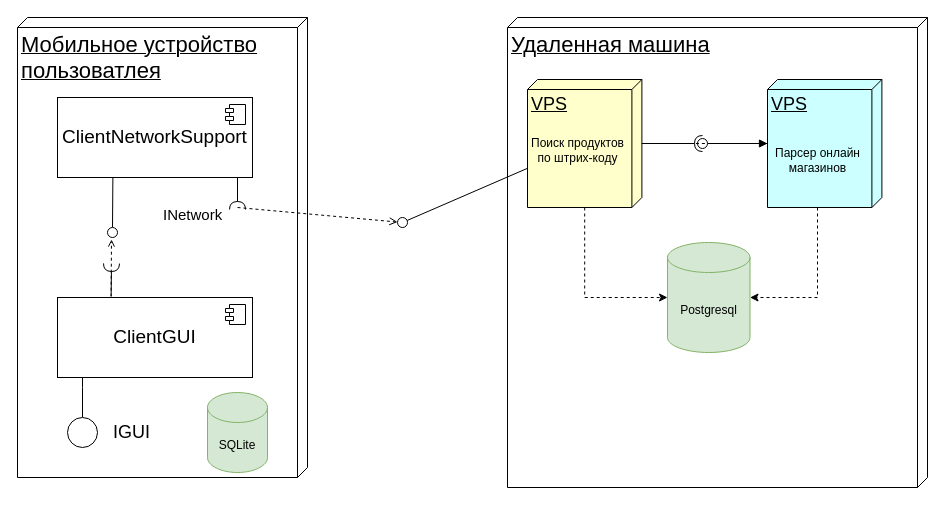
This is 4_course/МиСПИС/Диаграмма_компонентов.drawio from tedmon1998/ISiT, a draw.io file, before an edit. Source tidied: cells renumbered, new cells numbered last; positions are measured from the earlier drawing's top-left corner, leaving out a move shared by most shapes. Both pictures are drawn from the tidied source at 100%, with x=0, y=0 at pixel (17, 17).
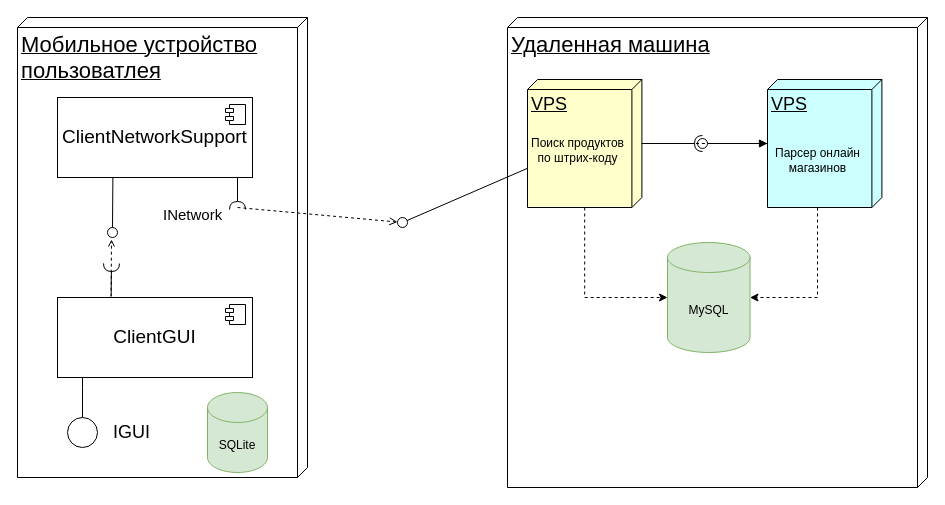
Above is the later version.

Diff of the diagram source:
```diff
@@
-    <mxCell id="23" value="Postgresql" style="shape=cylinder3;whiteSpace=wrap;html=1;boundedLbl=1;backgroundOutline=1;size=15;fillColor=#d5e8d4;strokeColor=#82b366;" parent="1" vertex="1">
+    <mxCell id="23" value="MySQL" style="shape=cylinder3;whiteSpace=wrap;html=1;boundedLbl=1;backgroundOutline=1;size=15;fillColor=#d5e8d4;strokeColor=#82b366;" parent="1" vertex="1">
       <mxGeometry x="650" y="225" width="82.5" height="110" as="geometry" />
     </mxCell>
```
